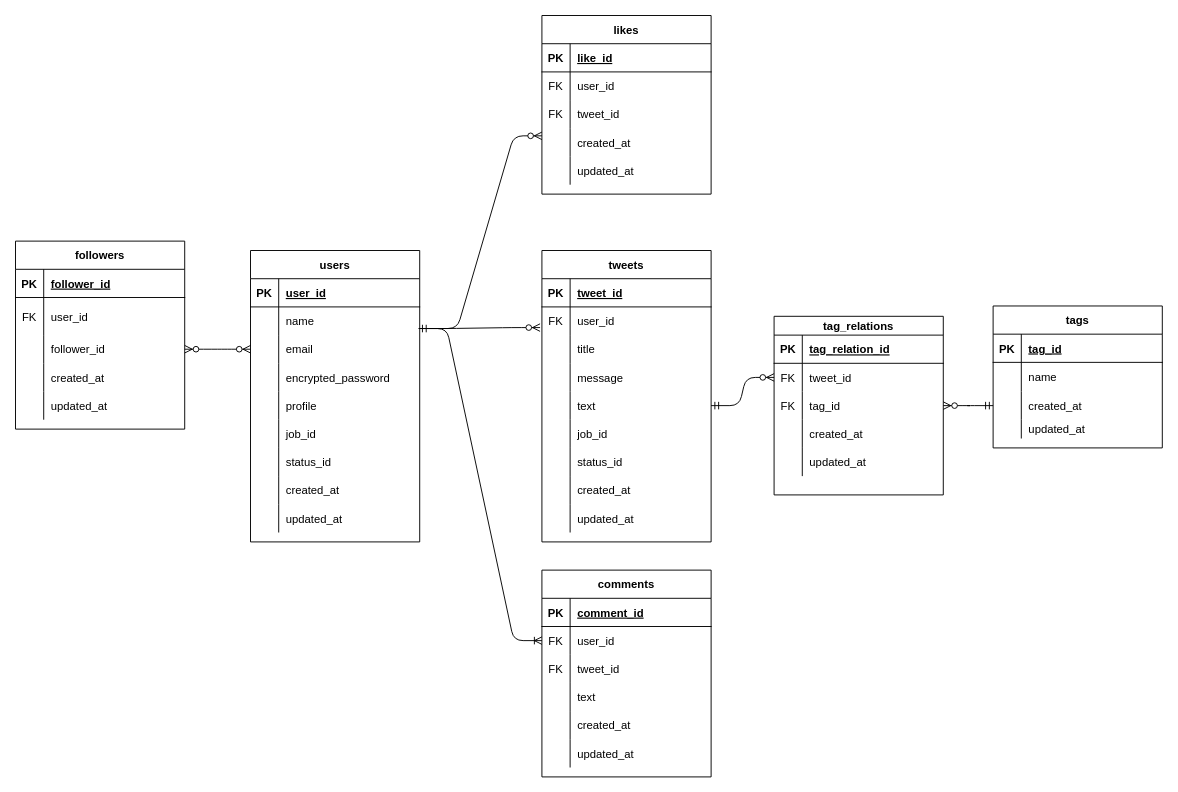
Earlier version of the draw.io diagram motivate_ER.dio (kanou7/motivate). Source tidied: cells renumbered, new cells numbered last; positions are measured from the earlier drawing's top-left corner, leaving out a move shared by most shapes. Both pictures are drawn from the tidied source at 94%, with x=0, y=0 at pixel (15, 15).
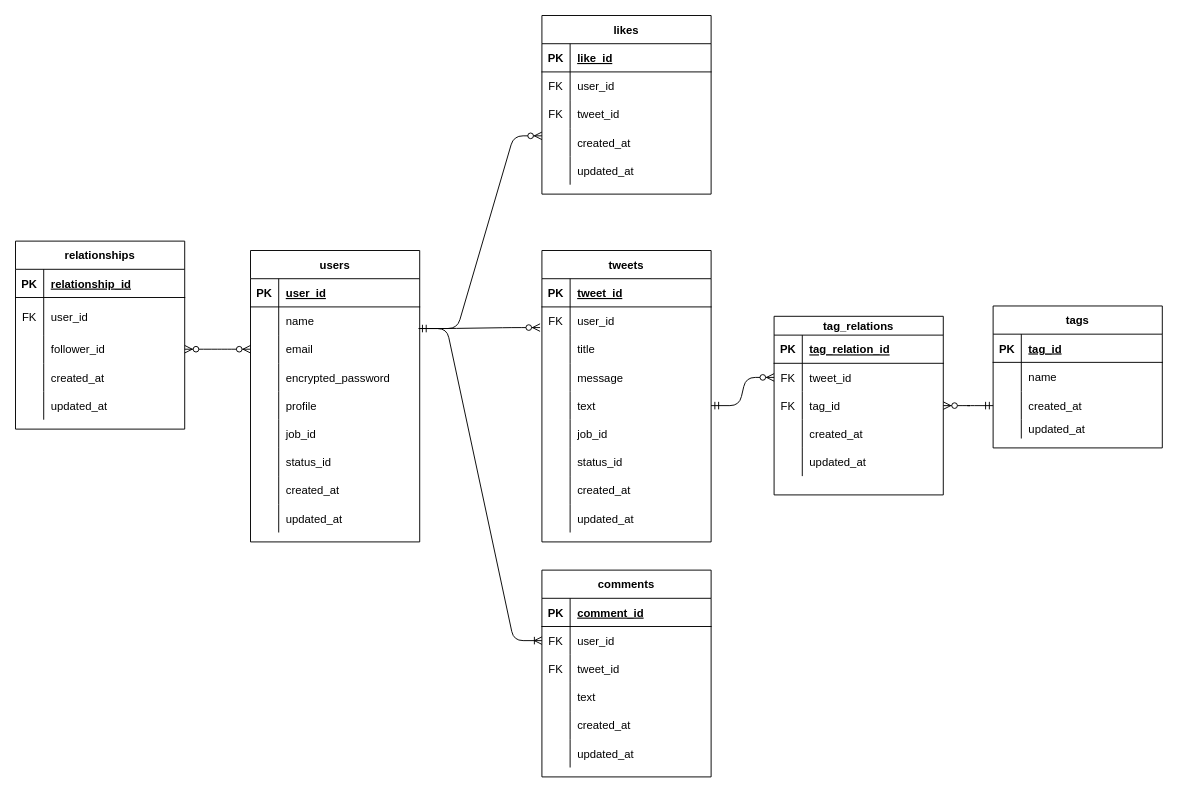
The same page after the edit.

Unchanged cells that the change refers to:
```xml
<mxCell id="128" style="shape=partialRectangle;fillColor=none;top=0;left=0;bottom=1;right=0;" parent="127" vertex="1">
  <mxGeometry y="30" width="180" height="30" as="geometry" />
</mxCell>
```

Diff of the diagram source:
```diff
@@
-    <mxCell id="127" value="followers" style="shape=table;startSize=30;childLayout=tableLayout;rowLines=0;fontStyle=1;align=center;" parent="1" vertex="1">
+    <mxCell id="127" value="relationships" style="shape=table;startSize=30;childLayout=tableLayout;rowLines=0;fontStyle=1;align=center;" parent="1" vertex="1">
       <mxGeometry y="240" width="180" height="200" as="geometry" />
     </mxCell>
@@
-    <mxCell id="130" value="follower_id" style="shape=partialRectangle;fillColor=none;top=0;left=0;bottom=0;right=0;align=left;spacingLeft=6;fontStyle=5;overflow=hidden;" parent="128" vertex="1">
+    <mxCell id="130" value="relationship_id" style="shape=partialRectangle;fillColor=none;top=0;left=0;bottom=0;right=0;align=left;spacingLeft=6;fontStyle=5;overflow=hidden;" parent="128" vertex="1">
       <mxGeometry x="30" width="150" height="30" as="geometry" />
     </mxCell>
```
